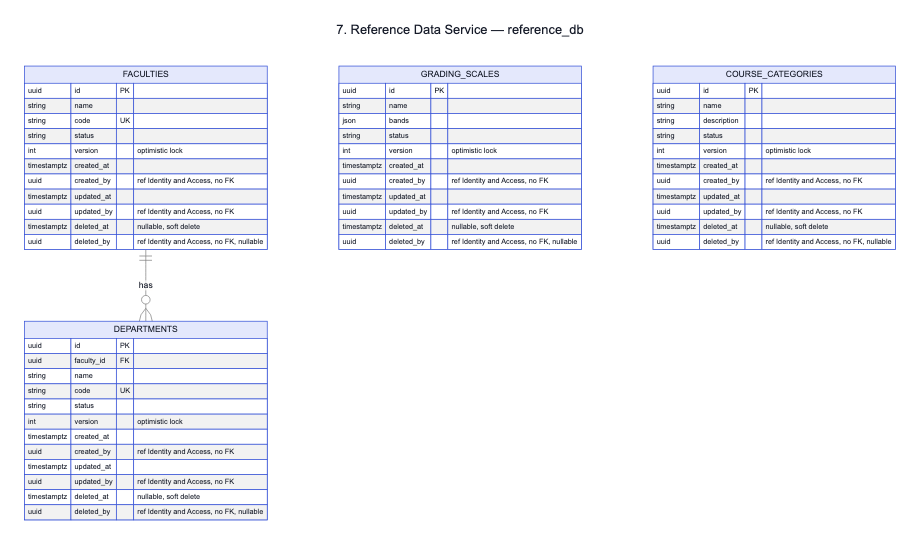
ESD-ONE/University-Course-Management-System keeps this Mermaid diagram as docs/architecture/tables-07-reference-data.png. Above is the earlier version. Its source is kept beside it as docs/architecture/tables-07-reference-data.mmd.
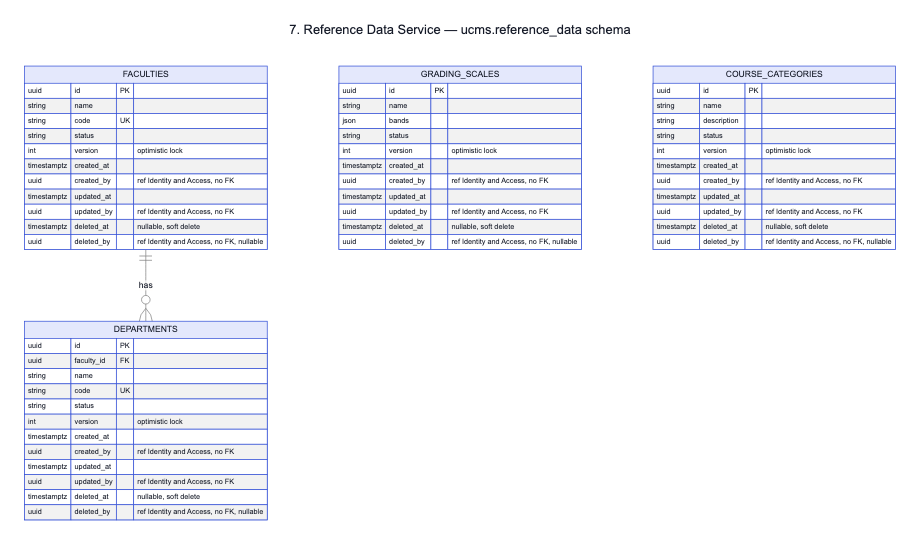
Above is the later version.

What changed in the source:
```diff
@@ -1,5 +1,5 @@
 ---
-title: 7. Reference Data Service — reference_db
+title: 7. Reference Data Service — ucms.reference_data schema
 ---
 erDiagram
     FACULTIES {
```
